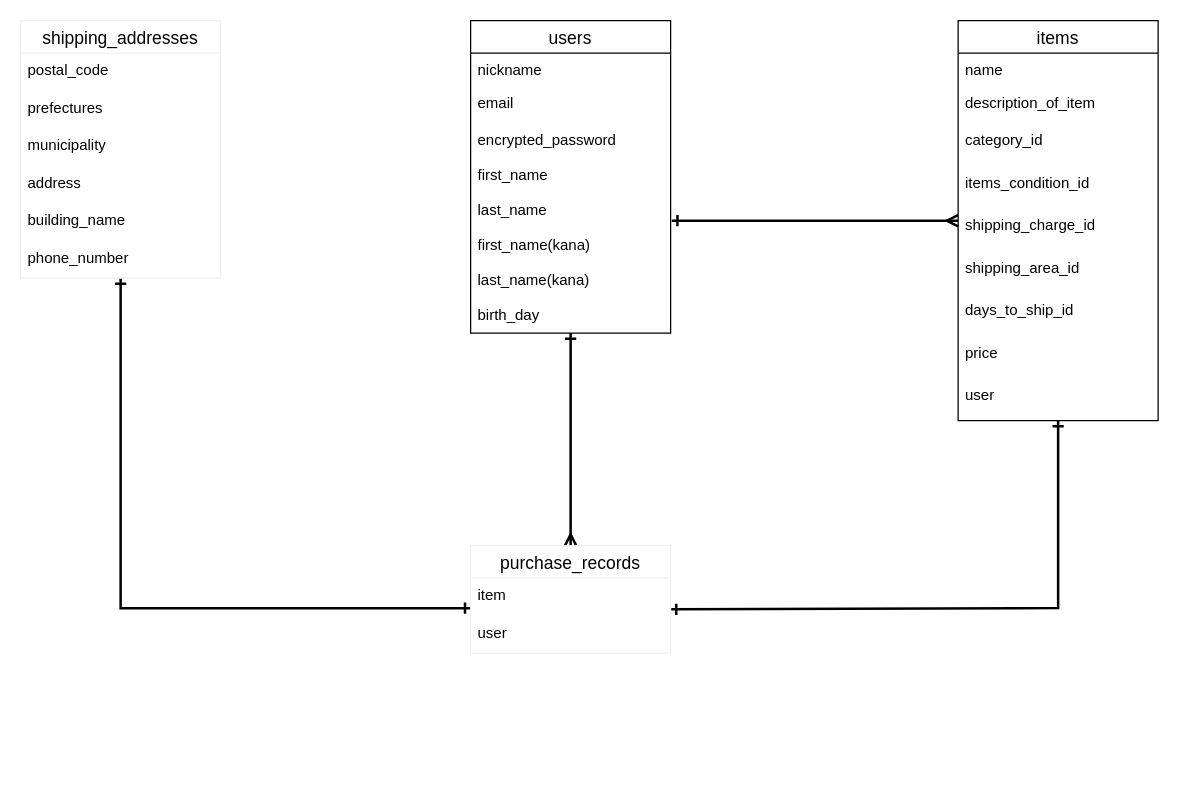
Earlier version of the draw.io diagram furima_ER.dio (sairas774/furima-35582). Source tidied: cells renumbered, new cells numbered last; positions are measured from the earlier drawing's top-left corner, leaving out a move shared by most shapes. Both pictures are drawn from the tidied source at 125%, with x=0, y=0 at pixel (20, 20).
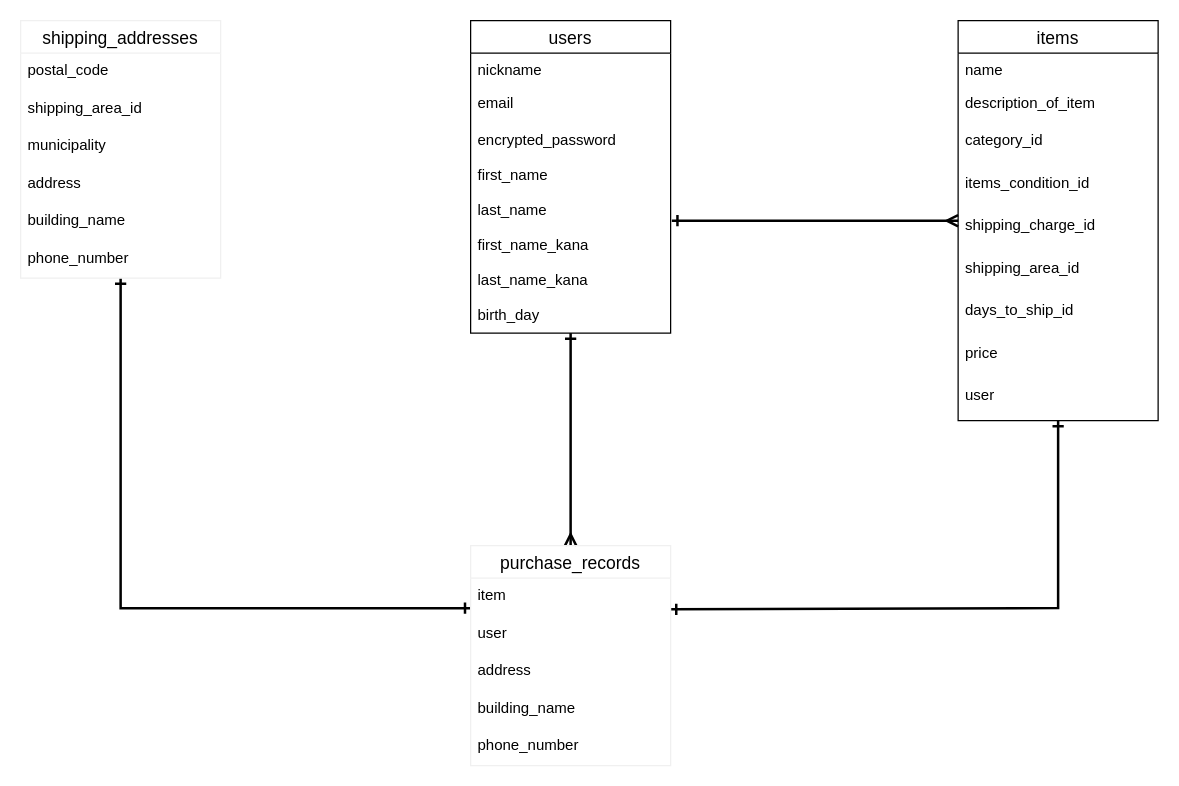
The same diagram, later.

Commit message (it also covers changes not shown here):
データベース修正５

Unchanged cells that the change refers to:
```xml
<mxCell id="3" value="users" style="swimlane;fontStyle=0;horizontal=1;startSize=26;align=center;fontSize=14;" parent="1" vertex="1">
  <mxGeometry x="360" width="160" height="250" as="geometry" />
</mxCell>
<mxCell id="25" value="shipping_addresses" style="swimlane;fontStyle=0;horizontal=1;startSize=26;align=center;fontSize=14;strokeColor=#f0f0f0;fillColor=none;" parent="1" vertex="1">
  <mxGeometry width="160" height="206" as="geometry" />
</mxCell>
```

The edit, as a diff of the source:
```diff
@@
-    <mxCell id="9" value="first_name(kana)" style="text;strokeColor=none;fillColor=none;spacingLeft=4;spacingRight=4;overflow=hidden;fontSize=12;" parent="3" vertex="1">
+    <mxCell id="9" value="first_name_kana" style="text;strokeColor=none;fillColor=none;spacingLeft=4;spacingRight=4;overflow=hidden;fontSize=12;" parent="3" vertex="1">
       <mxGeometry y="166" width="160" height="28" as="geometry" />
     </mxCell>
-    <mxCell id="10" value="last_name(kana)" style="text;strokeColor=none;fillColor=none;spacingLeft=4;spacingRight=4;overflow=hidden;fontSize=12;" parent="3" vertex="1">
+    <mxCell id="10" value="last_name_kana" style="text;strokeColor=none;fillColor=none;spacingLeft=4;spacingRight=4;overflow=hidden;fontSize=12;" parent="3" vertex="1">
       <mxGeometry y="194" width="160" height="28" as="geometry" />
     </mxCell>
@@
-    <mxCell id="27" value="prefectures" style="text;strokeColor=none;fillColor=none;spacingLeft=4;spacingRight=4;overflow=hidden;fontSize=12;" parent="25" vertex="1">
+    <mxCell id="27" value="shipping_area_id" style="text;strokeColor=none;fillColor=none;spacingLeft=4;spacingRight=4;overflow=hidden;fontSize=12;" parent="25" vertex="1">
       <mxGeometry y="56" width="160" height="30" as="geometry" />
     </mxCell>
@@
     <mxCell id="32" value="purchase_records" style="swimlane;fontStyle=0;horizontal=1;startSize=26;align=center;fontSize=14;strokeColor=#f0f0f0;fillColor=none;" parent="1" vertex="1">
-      <mxGeometry x="360" y="420" width="160" height="86" as="geometry" />
+      <mxGeometry x="360" y="420" width="160" height="176" as="geometry" />
     </mxCell>
@@
+    <mxCell id="35" value="user" style="text;strokeColor=none;fillColor=none;spacingLeft=4;spacingRight=4;overflow=hidden;fontSize=12;" parent="32" vertex="1">
+      <mxGeometry y="56" width="160" height="30" as="geometry" />
+    </mxCell>
+    <mxCell id="36" value="address" style="text;strokeColor=none;fillColor=none;spacingLeft=4;spacingRight=4;overflow=hidden;fontSize=12;" parent="32" vertex="1">
+      <mxGeometry y="86" width="160" height="30" as="geometry" />
+    </mxCell>
+    <mxCell id="37" value="building_name" style="text;strokeColor=none;fillColor=none;spacingLeft=4;spacingRight=4;overflow=hidden;fontSize=12;" parent="32" vertex="1">
+      <mxGeometry y="116" width="160" height="30" as="geometry" />
+    </mxCell>
-    <mxCell id="34" value="user" style="text;strokeColor=none;fillColor=none;spacingLeft=4;spacingRight=4;overflow=hidden;fontSize=12;" parent="32" vertex="1">
-      <mxGeometry y="56" width="160" height="30" as="geometry" />
+    <mxCell id="34" value="phone_number" style="text;strokeColor=none;fillColor=none;spacingLeft=4;spacingRight=4;overflow=hidden;fontSize=12;" parent="32" vertex="1">
+      <mxGeometry y="146" width="160" height="30" as="geometry" />
     </mxCell>
```
